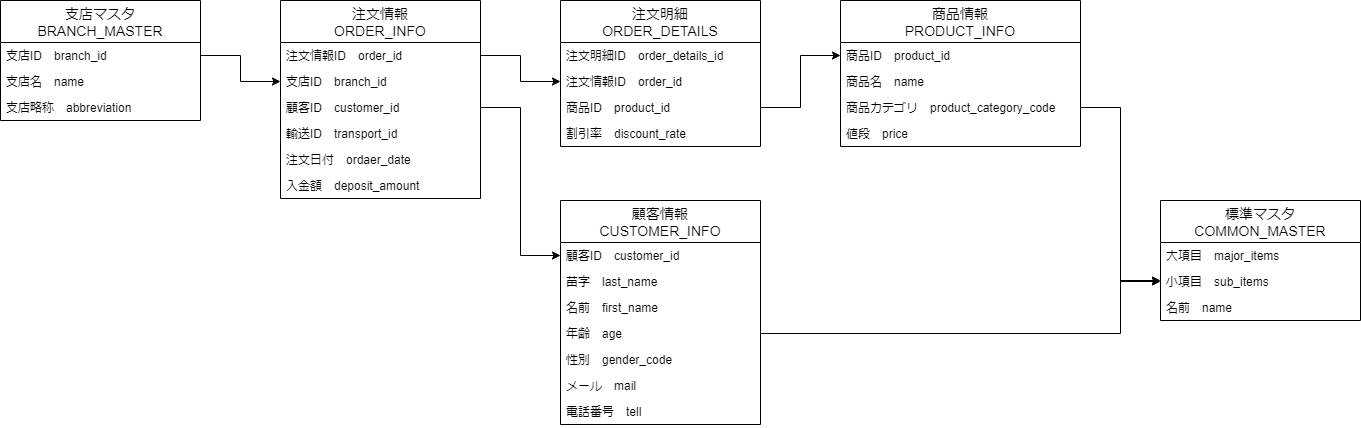
Before: SalesDataDisplay/SalesDataDisplay.png, a diagram exported from draw.io (HasegawaTakatune/PHPSandbox). Source tidied: cells renumbered, new cells last; positions are measured from the earlier drawing's top-left corner, leaving out a move shared by most shapes.
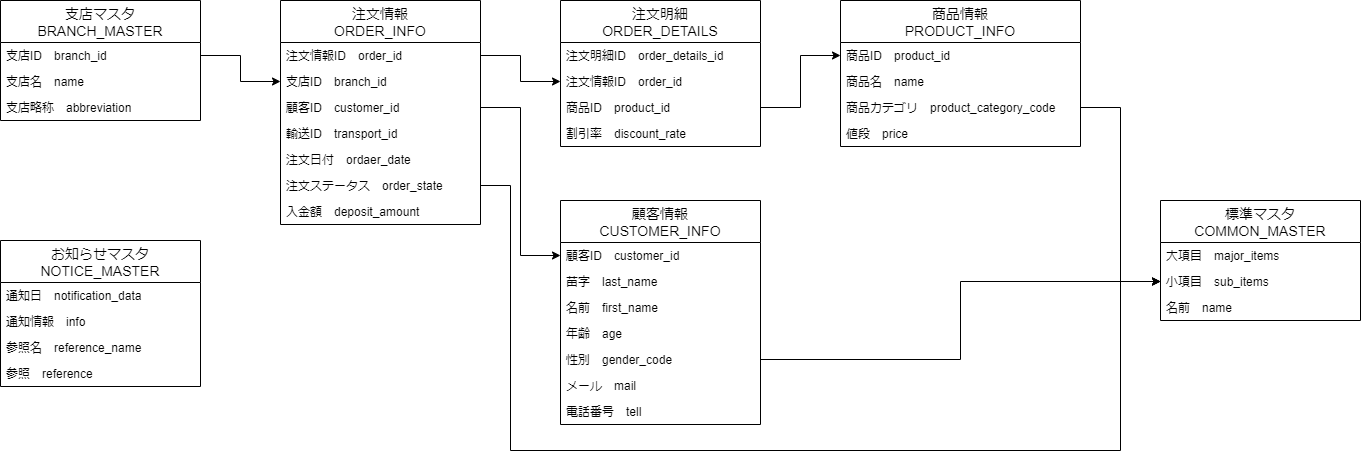
Above is the later version.

Commit message:
支店更新よりに空白チェックを追加 処理フロー図の修正（お知らせテーブルの追加）

Diff of the diagram source:
```diff
@@ -30,7 +30,7 @@
       <mxGeometry y="120" width="200" height="26" as="geometry" />
     </mxCell>
     <mxCell id="11" value="注文情報&#10;ORDER_INFO" style="swimlane;fontStyle=0;horizontal=1;startSize=42;align=center;fontSize=14;" parent="1" vertex="1">
-      <mxGeometry x="280" width="200" height="198" as="geometry" />
+      <mxGeometry x="280" width="200" height="224" as="geometry" />
     </mxCell>
     <mxCell id="12" value="注文情報ID　order_id" style="text;strokeColor=none;fillColor=none;spacingLeft=4;spacingRight=4;overflow=hidden;points=[[0,0.5],[1,0.5]];portConstraint=eastwest;fontSize=12;" parent="11" vertex="1">
       <mxGeometry y="42" width="200" height="26" as="geometry" />
@@ -47,8 +47,11 @@
     <mxCell id="16" value="注文日付　ordaer_date" style="text;strokeColor=none;fillColor=none;spacingLeft=4;spacingRight=4;overflow=hidden;fontSize=12;" parent="11" vertex="1">
       <mxGeometry y="146" width="200" height="26" as="geometry" />
     </mxCell>
+    <mxCell id="41" value="注文ステータス　order_state" style="text;strokeColor=none;fillColor=none;spacingLeft=4;spacingRight=4;overflow=hidden;points=[[0,0.5],[1,0.5]];portConstraint=eastwest;fontSize=12;" parent="11" vertex="1">
+      <mxGeometry y="172" width="200" height="26" as="geometry" />
+    </mxCell>
     <mxCell id="17" value="入金額　deposit_amount" style="text;strokeColor=none;fillColor=none;spacingLeft=4;spacingRight=4;overflow=hidden;fontSize=12;" parent="11" vertex="1">
-      <mxGeometry y="172" width="200" height="26" as="geometry" />
+      <mxGeometry y="198" width="200" height="26" as="geometry" />
     </mxCell>
     <mxCell id="18" style="edgeStyle=orthogonalEdgeStyle;rounded=0;jettySize=auto;html=1;exitX=1;exitY=0.5;exitDx=0;exitDy=0;" parent="1" edge="1" source="3" target="13">
       <mxGeometry relative="1" as="geometry" />
@@ -113,17 +116,36 @@
     <mxCell id="38" value="名前　name" style="text;strokeColor=none;fillColor=none;spacingLeft=4;spacingRight=4;overflow=hidden;fontSize=12;" parent="35" vertex="1">
       <mxGeometry y="94" width="200" height="26" as="geometry" />
     </mxCell>
+    <mxCell id="42" style="edgeStyle=orthogonalEdgeStyle;rounded=0;jettySize=auto;html=1;exitX=1;exitY=0.5;exitDx=0;exitDy=0;entryX=0;entryY=0.5;entryDx=0;entryDy=0;" parent="1" edge="1" source="41" target="37">
+      <mxGeometry relative="1" as="geometry">
+        <Array as="points">
+          <mxPoint x="510" y="185" />
+          <mxPoint x="510" y="450" />
+          <mxPoint x="1120" y="450" />
+          <mxPoint x="1120" y="281" />
+        </Array>
+      </mxGeometry>
+    </mxCell>
     <mxCell id="39" style="edgeStyle=orthogonalEdgeStyle;rounded=0;jettySize=auto;html=1;exitX=1;exitY=0.5;exitDx=0;exitDy=0;entryX=0;entryY=0.5;entryDx=0;entryDy=0;" parent="1" edge="1" source="32" target="37">
       <mxGeometry relative="1" as="geometry" />
     </mxCell>
-    <mxCell id="40" style="edgeStyle=orthogonalEdgeStyle;rounded=0;jettySize=auto;html=1;exitX=1;exitY=0.5;exitDx=0;exitDy=0;" parent="1" edge="1" source="26">
-      <mxGeometry relative="1" as="geometry">
-        <mxPoint x="1160" y="280" as="targetPoint" />
-        <Array as="points">
-          <mxPoint x="1120" y="333" />
-          <mxPoint x="1120" y="280" />
-        </Array>
-      </mxGeometry>
-    </mxCell>
+    <mxCell id="43" style="edgeStyle=orthogonalEdgeStyle;rounded=0;jettySize=auto;html=1;exitX=1;exitY=0.5;exitDx=0;exitDy=0;entryX=0;entryY=0.5;entryDx=0;entryDy=0;" parent="1" edge="1" source="26" target="37">
+      <mxGeometry relative="1" as="geometry" />
+    </mxCell>
+    <mxCell id="44" value="お知らせマスタ&#10;NOTICE_MASTER" style="swimlane;fontStyle=0;horizontal=1;startSize=42;align=center;fontSize=14;" parent="1" vertex="1">
+      <mxGeometry y="240" width="200" height="146" as="geometry" />
+    </mxCell>
+    <mxCell id="45" value="通知日　notification_data" style="text;strokeColor=none;fillColor=none;spacingLeft=4;spacingRight=4;overflow=hidden;fontSize=12;" parent="44" vertex="1">
+      <mxGeometry y="42" width="200" height="26" as="geometry" />
+    </mxCell>
+    <mxCell id="46" value="通知情報　info" style="text;strokeColor=none;fillColor=none;spacingLeft=4;spacingRight=4;overflow=hidden;fontSize=12;" parent="44" vertex="1">
+      <mxGeometry y="68" width="200" height="26" as="geometry" />
+    </mxCell>
+    <mxCell id="47" value="参照名　reference_name" style="text;strokeColor=none;fillColor=none;spacingLeft=4;spacingRight=4;overflow=hidden;fontSize=12;" parent="44" vertex="1">
+      <mxGeometry y="94" width="200" height="26" as="geometry" />
+    </mxCell>
+    <mxCell id="48" value="参照　reference" style="text;strokeColor=none;fillColor=none;spacingLeft=4;spacingRight=4;overflow=hidden;fontSize=12;" parent="44" vertex="1">
+      <mxGeometry y="120" width="200" height="26" as="geometry" />
+    </mxCell>
   </root>
 </mxGraphModel>
```
